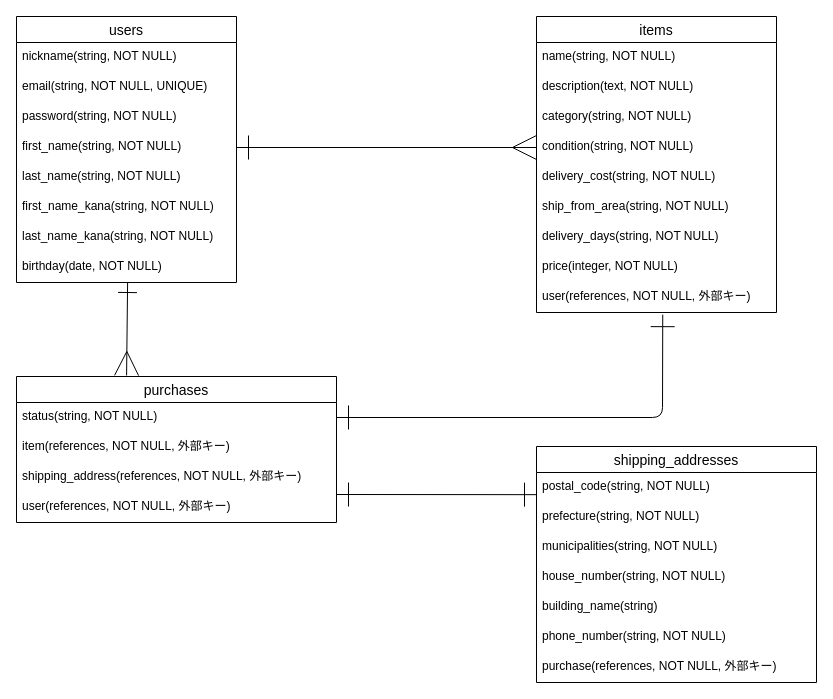
Above: ER-furima.dio in iguanakun/furima-39961 (draw.io), before the change. Source tidied: cells renumbered, new cells numbered last; positions are measured from the earlier drawing's top-left corner, leaving out a move shared by most shapes. Both pictures are drawn from the tidied source at 100%, with x=0, y=0 at pixel (16, 16).
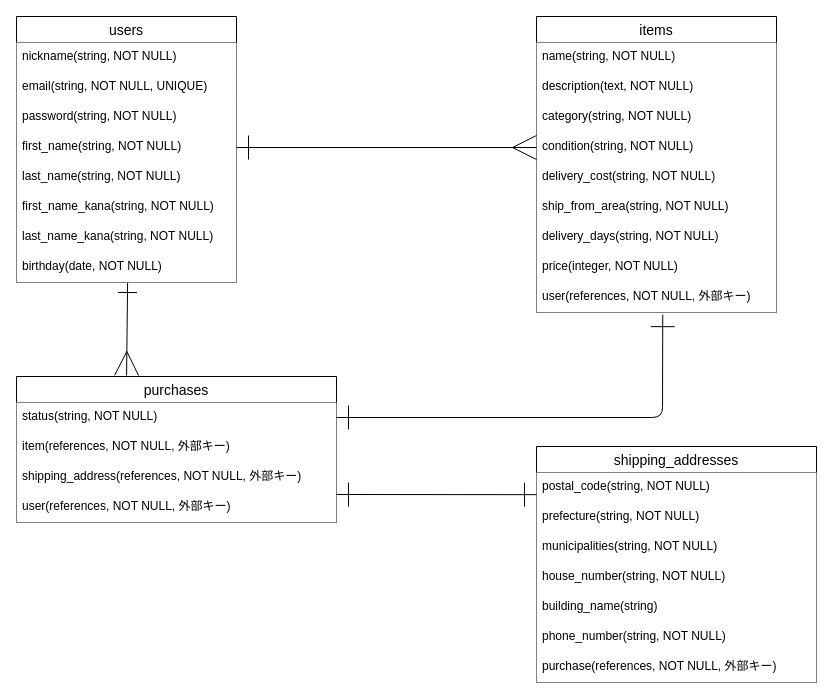
The same diagram, later.

Unchanged cells that the change refers to:
```xml
<mxCell id="2" value="users" style="swimlane;fontStyle=0;horizontal=1;startSize=26;align=center;fontSize=14;" parent="1" vertex="1">
  <mxGeometry width="220" height="266" as="geometry" />
</mxCell>
<mxCell id="11" value="items" style="swimlane;fontStyle=0;horizontal=1;startSize=26;align=center;fontSize=14;" parent="1" vertex="1">
  <mxGeometry x="520" width="240" height="296" as="geometry" />
</mxCell>
<mxCell id="21" value="purchases" style="swimlane;fontStyle=0;horizontal=1;startSize=26;align=center;fontSize=14;" parent="1" vertex="1">
  <mxGeometry y="360" width="320" height="146" as="geometry" />
</mxCell>
<mxCell id="26" value="shipping_addresses" style="swimlane;fontStyle=0;horizontal=1;startSize=26;align=center;fontSize=14;" parent="1" vertex="1">
  <mxGeometry x="520" y="430" width="280" height="236" as="geometry" />
</mxCell>
```

Diff of the diagram source:
```diff
@@
-    <mxCell id="3" value="nickname(string, NOT NULL)" style="text;strokeColor=none;fillColor=none;spacingLeft=4;spacingRight=4;overflow=hidden;fontSize=12;" parent="2" vertex="1">
+    <mxCell id="3" value="nickname(string, NOT NULL)" style="text;strokeColor=none;fillColor=default;spacingLeft=4;spacingRight=4;overflow=hidden;fontSize=12;" parent="2" vertex="1">
       <mxGeometry y="26" width="220" height="30" as="geometry" />
     </mxCell>
-    <mxCell id="4" value="email(string, NOT NULL, UNIQUE)" style="text;strokeColor=none;fillColor=none;spacingLeft=4;spacingRight=4;overflow=hidden;fontSize=12;" parent="2" vertex="1">
+    <mxCell id="4" value="email(string, NOT NULL, UNIQUE)" style="text;strokeColor=none;fillColor=default;spacingLeft=4;spacingRight=4;overflow=hidden;fontSize=12;" parent="2" vertex="1">
       <mxGeometry y="56" width="220" height="30" as="geometry" />
     </mxCell>
-    <mxCell id="5" value="password(string, NOT NULL)" style="text;strokeColor=none;fillColor=none;spacingLeft=4;spacingRight=4;overflow=hidden;fontSize=12;" parent="2" vertex="1">
+    <mxCell id="5" value="password(string, NOT NULL)" style="text;strokeColor=none;fillColor=default;spacingLeft=4;spacingRight=4;overflow=hidden;fontSize=12;" parent="2" vertex="1">
       <mxGeometry y="86" width="220" height="30" as="geometry" />
     </mxCell>
-    <mxCell id="6" value="first_name(string, NOT NULL)" style="text;strokeColor=none;fillColor=none;spacingLeft=4;spacingRight=4;overflow=hidden;points=[[0,0.5],[1,0.5]];portConstraint=eastwest;fontSize=12;" parent="2" vertex="1">
+    <mxCell id="6" value="first_name(string, NOT NULL)" style="text;strokeColor=none;fillColor=default;spacingLeft=4;spacingRight=4;overflow=hidden;points=[[0,0.5],[1,0.5]];portConstraint=eastwest;fontSize=12;" parent="2" vertex="1">
       <mxGeometry y="116" width="220" height="30" as="geometry" />
     </mxCell>
-    <mxCell id="7" value="last_name(string, NOT NULL)" style="text;strokeColor=none;fillColor=none;spacingLeft=4;spacingRight=4;overflow=hidden;fontSize=12;" parent="2" vertex="1">
+    <mxCell id="7" value="last_name(string, NOT NULL)" style="text;strokeColor=none;fillColor=default;spacingLeft=4;spacingRight=4;overflow=hidden;fontSize=12;" parent="2" vertex="1">
       <mxGeometry y="146" width="220" height="30" as="geometry" />
     </mxCell>
-    <mxCell id="8" value="first_name_kana(string, NOT NULL)" style="text;strokeColor=none;fillColor=none;spacingLeft=4;spacingRight=4;overflow=hidden;fontSize=12;" parent="2" vertex="1">
+    <mxCell id="8" value="first_name_kana(string, NOT NULL)" style="text;strokeColor=none;fillColor=default;spacingLeft=4;spacingRight=4;overflow=hidden;fontSize=12;" parent="2" vertex="1">
       <mxGeometry y="176" width="220" height="30" as="geometry" />
     </mxCell>
-    <mxCell id="9" value="last_name_kana(string, NOT NULL)" style="text;strokeColor=none;fillColor=none;spacingLeft=4;spacingRight=4;overflow=hidden;fontSize=12;" parent="2" vertex="1">
+    <mxCell id="9" value="last_name_kana(string, NOT NULL)" style="text;strokeColor=none;fillColor=default;spacingLeft=4;spacingRight=4;overflow=hidden;fontSize=12;" parent="2" vertex="1">
       <mxGeometry y="206" width="220" height="30" as="geometry" />
     </mxCell>
-    <mxCell id="10" value="birthday(date, NOT NULL)" style="text;strokeColor=none;fillColor=none;spacingLeft=4;spacingRight=4;overflow=hidden;points=[[0,0.5],[1,0.5]];portConstraint=eastwest;fontSize=12;" parent="2" vertex="1">
+    <mxCell id="10" value="birthday(date, NOT NULL)" style="text;strokeColor=none;fillColor=default;spacingLeft=4;spacingRight=4;overflow=hidden;points=[[0,0.5],[1,0.5]];portConstraint=eastwest;fontSize=12;" parent="2" vertex="1">
       <mxGeometry y="236" width="220" height="30" as="geometry" />
     </mxCell>
@@
-    <mxCell id="12" value="name(string, NOT NULL)" style="text;strokeColor=none;fillColor=none;spacingLeft=4;spacingRight=4;overflow=hidden;fontSize=12;" parent="11" vertex="1">
+    <mxCell id="12" value="name(string, NOT NULL)" style="text;strokeColor=none;fillColor=default;spacingLeft=4;spacingRight=4;overflow=hidden;fontSize=12;" parent="11" vertex="1">
       <mxGeometry y="26" width="240" height="30" as="geometry" />
     </mxCell>
-    <mxCell id="13" value="description(text, NOT NULL)" style="text;strokeColor=none;fillColor=none;spacingLeft=4;spacingRight=4;overflow=hidden;fontSize=12;" parent="11" vertex="1">
+    <mxCell id="13" value="description(text, NOT NULL)" style="text;strokeColor=none;fillColor=default;spacingLeft=4;spacingRight=4;overflow=hidden;fontSize=12;" parent="11" vertex="1">
       <mxGeometry y="56" width="240" height="30" as="geometry" />
     </mxCell>
-    <mxCell id="14" value="category(string, NOT NULL)" style="text;strokeColor=none;fillColor=none;spacingLeft=4;spacingRight=4;overflow=hidden;fontSize=12;" parent="11" vertex="1">
+    <mxCell id="14" value="category(string, NOT NULL)" style="text;strokeColor=none;fillColor=default;spacingLeft=4;spacingRight=4;overflow=hidden;fontSize=12;" parent="11" vertex="1">
       <mxGeometry y="86" width="240" height="30" as="geometry" />
     </mxCell>
-    <mxCell id="15" value="condition(string, NOT NULL)" style="text;strokeColor=none;fillColor=none;spacingLeft=4;spacingRight=4;overflow=hidden;points=[[0,0.5],[1,0.5]];portConstraint=eastwest;fontSize=12;" parent="11" vertex="1">
+    <mxCell id="15" value="condition(string, NOT NULL)" style="text;strokeColor=none;fillColor=default;spacingLeft=4;spacingRight=4;overflow=hidden;points=[[0,0.5],[1,0.5]];portConstraint=eastwest;fontSize=12;" parent="11" vertex="1">
       <mxGeometry y="116" width="240" height="30" as="geometry" />
     </mxCell>
-    <mxCell id="16" value="delivery_cost(string, NOT NULL)" style="text;strokeColor=none;fillColor=none;spacingLeft=4;spacingRight=4;overflow=hidden;fontSize=12;" parent="11" vertex="1">
+    <mxCell id="16" value="delivery_cost(string, NOT NULL)" style="text;strokeColor=none;fillColor=default;spacingLeft=4;spacingRight=4;overflow=hidden;fontSize=12;" parent="11" vertex="1">
       <mxGeometry y="146" width="240" height="30" as="geometry" />
     </mxCell>
-    <mxCell id="17" value="ship_from_area(string, NOT NULL)" style="text;strokeColor=none;fillColor=none;spacingLeft=4;spacingRight=4;overflow=hidden;fontSize=12;" parent="11" vertex="1">
+    <mxCell id="17" value="ship_from_area(string, NOT NULL)" style="text;strokeColor=none;fillColor=default;spacingLeft=4;spacingRight=4;overflow=hidden;fontSize=12;" parent="11" vertex="1">
       <mxGeometry y="176" width="240" height="30" as="geometry" />
     </mxCell>
-    <mxCell id="18" value="delivery_days(string, NOT NULL)" style="text;strokeColor=none;fillColor=none;spacingLeft=4;spacingRight=4;overflow=hidden;fontSize=12;" parent="11" vertex="1">
+    <mxCell id="18" value="delivery_days(string, NOT NULL)" style="text;strokeColor=none;fillColor=default;spacingLeft=4;spacingRight=4;overflow=hidden;fontSize=12;" parent="11" vertex="1">
       <mxGeometry y="206" width="240" height="30" as="geometry" />
     </mxCell>
-    <mxCell id="19" value="price(integer, NOT NULL)" style="text;strokeColor=none;fillColor=none;spacingLeft=4;spacingRight=4;overflow=hidden;fontSize=12;" parent="11" vertex="1">
+    <mxCell id="19" value="price(integer, NOT NULL)" style="text;strokeColor=none;fillColor=default;spacingLeft=4;spacingRight=4;overflow=hidden;fontSize=12;" parent="11" vertex="1">
       <mxGeometry y="236" width="240" height="30" as="geometry" />
     </mxCell>
-    <mxCell id="20" value="user(references, NOT NULL, 外部キー)" style="text;strokeColor=none;fillColor=none;spacingLeft=4;spacingRight=4;overflow=hidden;points=[[0,0.5],[1,0.5]];portConstraint=eastwest;fontSize=12;" parent="11" vertex="1">
+    <mxCell id="20" value="user(references, NOT NULL, 外部キー)" style="text;strokeColor=none;fillColor=default;spacingLeft=4;spacingRight=4;overflow=hidden;points=[[0,0.5],[1,0.5]];portConstraint=eastwest;fontSize=12;" parent="11" vertex="1">
       <mxGeometry y="266" width="240" height="30" as="geometry" />
     </mxCell>
@@
-    <mxCell id="22" value="status(string, NOT NULL)" style="text;strokeColor=none;fillColor=none;spacingLeft=4;spacingRight=4;overflow=hidden;points=[[0,0.5],[1,0.5]];portConstraint=eastwest;fontSize=12;" parent="21" vertex="1">
+    <mxCell id="22" value="status(string, NOT NULL)" style="text;strokeColor=none;fillColor=default;spacingLeft=4;spacingRight=4;overflow=hidden;points=[[0,0.5],[1,0.5]];portConstraint=eastwest;fontSize=12;" parent="21" vertex="1">
       <mxGeometry y="26" width="320" height="30" as="geometry" />
     </mxCell>
-    <mxCell id="23" value="item(references, NOT NULL, 外部キー)" style="text;strokeColor=none;fillColor=none;spacingLeft=4;spacingRight=4;overflow=hidden;fontSize=12;" parent="21" vertex="1">
+    <mxCell id="23" value="item(references, NOT NULL, 外部キー)" style="text;strokeColor=none;fillColor=default;spacingLeft=4;spacingRight=4;overflow=hidden;fontSize=12;" parent="21" vertex="1">
       <mxGeometry y="56" width="320" height="30" as="geometry" />
     </mxCell>
-    <mxCell id="24" value="shipping_address(references, NOT NULL, 外部キー)" style="text;strokeColor=none;fillColor=none;spacingLeft=4;spacingRight=4;overflow=hidden;fontSize=12;" parent="21" vertex="1">
+    <mxCell id="24" value="shipping_address(references, NOT NULL, 外部キー)" style="text;strokeColor=none;fillColor=default;spacingLeft=4;spacingRight=4;overflow=hidden;fontSize=12;" parent="21" vertex="1">
       <mxGeometry y="86" width="320" height="30" as="geometry" />
     </mxCell>
-    <mxCell id="25" value="user(references, NOT NULL, 外部キー)" style="text;strokeColor=none;fillColor=none;spacingLeft=4;spacingRight=4;overflow=hidden;fontSize=12;" parent="21" vertex="1">
+    <mxCell id="25" value="user(references, NOT NULL, 外部キー)" style="text;strokeColor=none;fillColor=default;spacingLeft=4;spacingRight=4;overflow=hidden;fontSize=12;" parent="21" vertex="1">
       <mxGeometry y="116" width="320" height="30" as="geometry" />
     </mxCell>
@@
-    <mxCell id="27" value="postal_code(string, NOT NULL)" style="text;strokeColor=none;fillColor=none;spacingLeft=4;spacingRight=4;overflow=hidden;points=[[0,0.5],[1,0.5]];portConstraint=eastwest;fontSize=12;" parent="26" vertex="1">
+    <mxCell id="27" value="postal_code(string, NOT NULL)" style="text;strokeColor=none;fillColor=default;spacingLeft=4;spacingRight=4;overflow=hidden;points=[[0,0.5],[1,0.5]];portConstraint=eastwest;fontSize=12;" parent="26" vertex="1">
       <mxGeometry y="26" width="280" height="30" as="geometry" />
     </mxCell>
-    <mxCell id="28" value="prefecture(string, NOT NULL)" style="text;strokeColor=none;fillColor=none;spacingLeft=4;spacingRight=4;overflow=hidden;fontSize=12;" parent="26" vertex="1">
+    <mxCell id="28" value="prefecture(string, NOT NULL)" style="text;strokeColor=none;fillColor=default;spacingLeft=4;spacingRight=4;overflow=hidden;fontSize=12;" parent="26" vertex="1">
       <mxGeometry y="56" width="280" height="30" as="geometry" />
     </mxCell>
-    <mxCell id="29" value="municipalities(string, NOT NULL)" style="text;strokeColor=none;fillColor=none;spacingLeft=4;spacingRight=4;overflow=hidden;fontSize=12;" parent="26" vertex="1">
+    <mxCell id="29" value="municipalities(string, NOT NULL)" style="text;strokeColor=none;fillColor=default;spacingLeft=4;spacingRight=4;overflow=hidden;fontSize=12;" parent="26" vertex="1">
       <mxGeometry y="86" width="280" height="30" as="geometry" />
     </mxCell>
-    <mxCell id="30" value="house_number(string, NOT NULL)" style="text;strokeColor=none;fillColor=none;spacingLeft=4;spacingRight=4;overflow=hidden;fontSize=12;" parent="26" vertex="1">
+    <mxCell id="30" value="house_number(string, NOT NULL)" style="text;strokeColor=none;fillColor=default;spacingLeft=4;spacingRight=4;overflow=hidden;fontSize=12;" parent="26" vertex="1">
       <mxGeometry y="116" width="280" height="30" as="geometry" />
     </mxCell>
-    <mxCell id="31" value="building_name(string)" style="text;strokeColor=none;fillColor=none;spacingLeft=4;spacingRight=4;overflow=hidden;fontSize=12;" parent="26" vertex="1">
+    <mxCell id="31" value="building_name(string)" style="text;strokeColor=none;fillColor=default;spacingLeft=4;spacingRight=4;overflow=hidden;fontSize=12;" parent="26" vertex="1">
       <mxGeometry y="146" width="280" height="30" as="geometry" />
     </mxCell>
-    <mxCell id="32" value="phone_number(string, NOT NULL)" style="text;strokeColor=none;fillColor=none;spacingLeft=4;spacingRight=4;overflow=hidden;fontSize=12;" parent="26" vertex="1">
+    <mxCell id="32" value="phone_number(string, NOT NULL)" style="text;strokeColor=none;fillColor=default;spacingLeft=4;spacingRight=4;overflow=hidden;fontSize=12;" parent="26" vertex="1">
       <mxGeometry y="176" width="280" height="30" as="geometry" />
     </mxCell>
-    <mxCell id="33" value="purchase(references, NOT NULL, 外部キー)" style="text;strokeColor=none;fillColor=none;spacingLeft=4;spacingRight=4;overflow=hidden;fontSize=12;" parent="26" vertex="1">
+    <mxCell id="33" value="purchase(references, NOT NULL, 外部キー)" style="text;strokeColor=none;fillColor=default;spacingLeft=4;spacingRight=4;overflow=hidden;fontSize=12;" parent="26" vertex="1">
       <mxGeometry y="206" width="280" height="30" as="geometry" />
     </mxCell>
```
